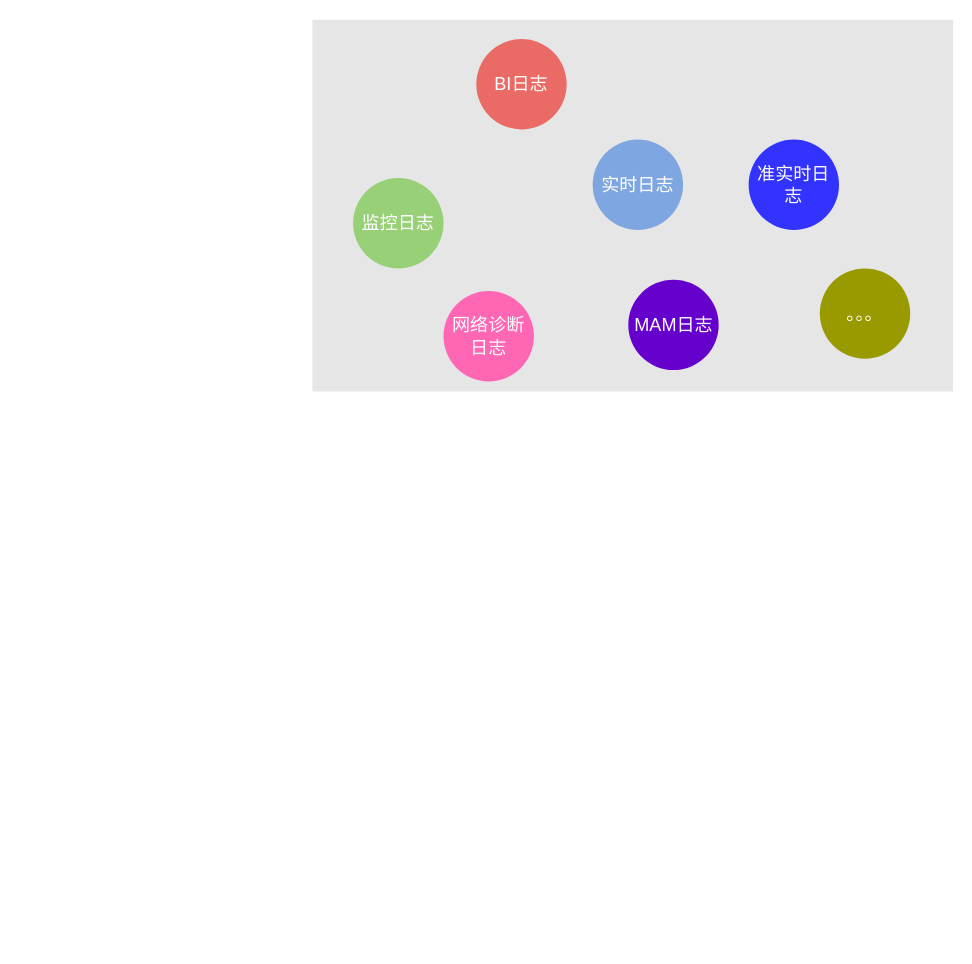
yuyinghao/diagrams keeps this draw.io diagram as netease/CPP/2021 CPP素材.drawio. Above is the earlier version. Source tidied: cells renumbered, new cells numbered last; positions are measured from the earlier drawing's top-left corner, leaving out a move shared by most shapes. Both pictures are drawn from the tidied source at 113%, with x=0, y=0 at pixel (312, 19).
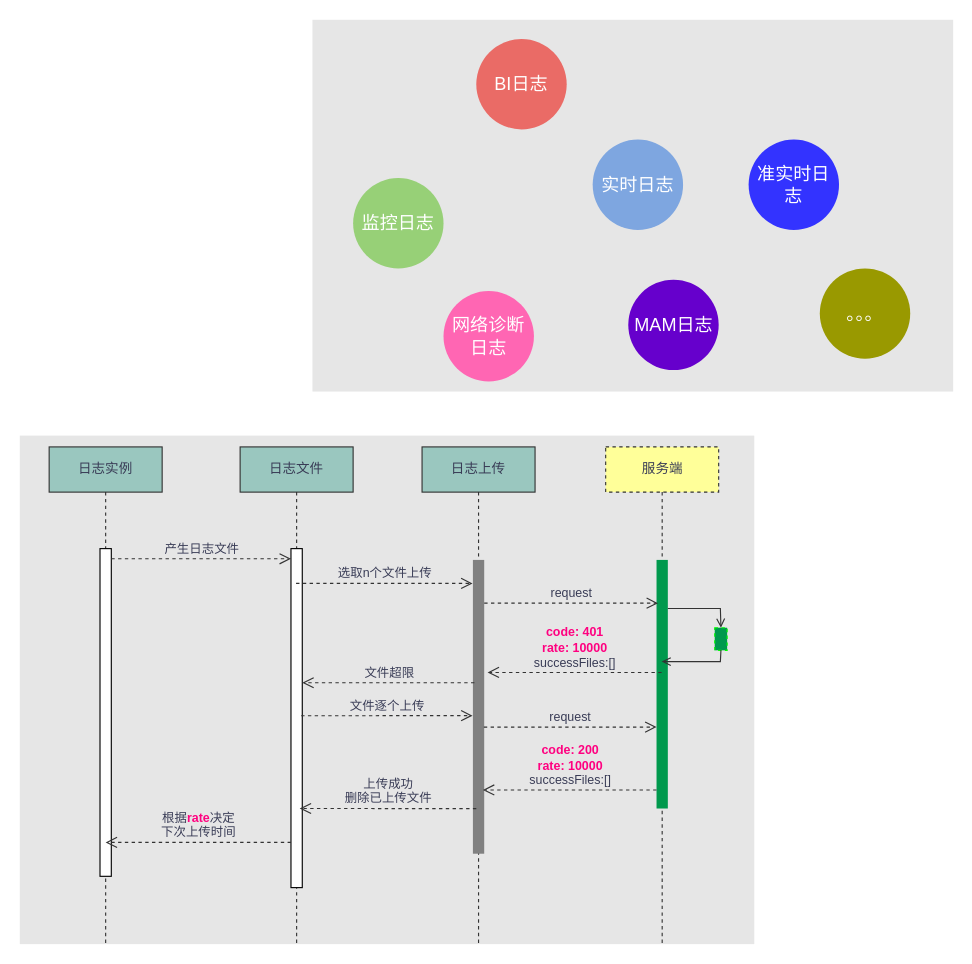
The same diagram, later.

Diff of the diagram source:
```diff
@@
+    <mxCell id="10" style="rounded=0;whiteSpace=wrap;html=1;sketch=0;fontColor=#393C56;fillColor=#E6E6E6;strokeColor=none;" parent="1" vertex="1">
+      <mxGeometry x="-259" y="368" width="650" height="450" as="geometry" />
+    </mxCell>
+    <mxCell id="11" value="日志上传" style="shape=umlLifeline;perimeter=lifelinePerimeter;whiteSpace=wrap;html=1;rounded=0;sketch=0;strokeColor=#333333;fillColor=#9AC7BF;fontColor=#393C56;" parent="1" vertex="1">
+      <mxGeometry x="97" y="378" width="100" height="440" as="geometry" />
+    </mxCell>
+    <mxCell id="12" style="html=1;points=[];perimeter=orthogonalPerimeter;fillColor=#808080;strokeColor=none;" parent="11" vertex="1">
+      <mxGeometry x="45" y="100" width="10" height="260" as="geometry" />
+    </mxCell>
+    <mxCell id="13" value="日志实例" style="shape=umlLifeline;perimeter=lifelinePerimeter;whiteSpace=wrap;html=1;rounded=0;sketch=0;strokeColor=#333333;fillColor=#9AC7BF;fontColor=#393C56;" parent="1" vertex="1">
+      <mxGeometry x="-233" y="378" width="100" height="440" as="geometry" />
+    </mxCell>
+    <mxCell id="14" style="html=1;perimeter=orthogonalPerimeter;" parent="13" vertex="1">
+      <mxGeometry x="45" y="90" width="10" height="290" as="geometry" />
+    </mxCell>
+    <mxCell id="15" value="产生日志文件" style="endArrow=open;startArrow=none;endFill=0;startFill=0;endSize=8;html=1;verticalAlign=bottom;dashed=1;labelBackgroundColor=none;fillColor=#F2CC8F;fontColor=#393C56;strokeColor=#333333;" parent="1" edge="1" target="17">
+      <mxGeometry relative="1" as="geometry">
+        <mxPoint x="-178" y="477" as="sourcePoint" />
+      </mxGeometry>
+    </mxCell>
+    <mxCell id="16" value="日志文件" style="shape=umlLifeline;perimeter=lifelinePerimeter;whiteSpace=wrap;html=1;outlineConnect=0;rounded=0;sketch=0;strokeColor=#333333;fillColor=#9AC7BF;fontColor=#393C56;" parent="1" vertex="1">
+      <mxGeometry x="-64" y="378" width="100" height="440" as="geometry" />
+    </mxCell>
+    <mxCell id="17" style="html=1;points=[];perimeter=orthogonalPerimeter;" parent="16" vertex="1">
+      <mxGeometry x="45" y="90" width="10" height="300" as="geometry" />
+    </mxCell>
+    <mxCell id="18" value="选取n个文件上传" style="endArrow=open;startArrow=none;endFill=0;startFill=0;endSize=8;html=1;verticalAlign=bottom;dashed=1;labelBackgroundColor=none;fillColor=#F2CC8F;fontColor=#393C56;strokeColor=#333333;entryX=-0.033;entryY=0.08;entryDx=0;entryDy=0;entryPerimeter=0;" parent="1" edge="1" source="16" target="12">
+      <mxGeometry relative="1" as="geometry" />
+    </mxCell>
+    <mxCell id="19" value="服务端" style="shape=umlLifeline;perimeter=lifelinePerimeter;whiteSpace=wrap;html=1;outlineConnect=0;rounded=0;sketch=0;strokeColor=#333333;fontColor=#393C56;fillColor=#FFFF99;dashed=1;" parent="1" vertex="1">
+      <mxGeometry x="259.5" y="378" width="100" height="440" as="geometry" />
+    </mxCell>
+    <mxCell id="20" style="html=1;points=[];perimeter=orthogonalPerimeter;strokeColor=none;fillColor=#00994D;" parent="19" vertex="1">
+      <mxGeometry x="45" y="100" width="10" height="220" as="geometry" />
+    </mxCell>
+    <mxCell id="21" value="request" style="endArrow=open;startArrow=none;endFill=0;startFill=0;endSize=8;html=1;verticalAlign=bottom;dashed=1;labelBackgroundColor=none;fillColor=#F2CC8F;fontColor=#393C56;strokeColor=#333333;entryX=0.133;entryY=0.174;entryDx=0;entryDy=0;entryPerimeter=0;" parent="1" edge="1" source="12" target="20">
+      <mxGeometry relative="1" as="geometry" />
+    </mxCell>
+    <mxCell id="22" style="html=1;rounded=0;dashed=1;sketch=0;strokeColor=#00FF00;fillColor=#00994D;fontColor=#393C56;" parent="1" vertex="1">
+      <mxGeometry x="356" y="538" width="11" height="20" as="geometry" />
+    </mxCell>
+    <mxCell id="23" style="endArrow=open;html=1;rounded=0;align=center;verticalAlign=top;endFill=0;labelBackgroundColor=none;endSize=6;strokeColor=#333333;fillColor=#F2CC8F;fontColor=#393C56;entryX=0.5;entryY=0;entryDx=0;entryDy=0;" parent="1" edge="1" source="20" target="22">
+      <mxGeometry relative="1" as="geometry">
+        <Array as="points">
+          <mxPoint x="361" y="521" />
+        </Array>
+      </mxGeometry>
+    </mxCell>
+    <mxCell id="24" style="endArrow=open;html=1;rounded=0;align=center;verticalAlign=top;endFill=0;labelBackgroundColor=none;endSize=6;strokeColor=#333333;fillColor=#F2CC8F;fontColor=#393C56;exitX=0.5;exitY=1;exitDx=0;exitDy=0;" parent="1" edge="1" source="22" target="19">
+      <mxGeometry relative="1" as="geometry">
+        <Array as="points">
+          <mxPoint x="361" y="568" />
+        </Array>
+      </mxGeometry>
+    </mxCell>
+    <mxCell id="25" value="&lt;b&gt;&lt;font color=&quot;#ff0080&quot;&gt;code: 401&lt;br&gt;rate: 10000&lt;/font&gt;&lt;/b&gt;&lt;br&gt;successFiles:[]" style="endArrow=open;startArrow=none;endFill=0;startFill=0;endSize=8;html=1;verticalAlign=bottom;dashed=1;labelBackgroundColor=none;fillColor=#F2CC8F;fontColor=#393C56;strokeColor=#333333;entryX=1.3;entryY=0.383;entryDx=0;entryDy=0;entryPerimeter=0;" parent="1" edge="1" source="19" target="12">
+      <mxGeometry relative="1" as="geometry" />
+    </mxCell>
+    <mxCell id="26" style="endArrow=open;startArrow=none;endFill=0;startFill=0;endSize=8;html=1;verticalAlign=bottom;dashed=1;labelBackgroundColor=none;fillColor=#F2CC8F;fontColor=#393C56;strokeColor=#333333;exitX=0.133;exitY=0.418;exitDx=0;exitDy=0;exitPerimeter=0;" parent="1" edge="1" source="12" target="17">
+      <mxGeometry relative="1" as="geometry" />
+    </mxCell>
+    <mxCell id="27" value="文件超限" style="edgeLabel;html=1;align=center;verticalAlign=middle;fontColor=#393C56;labelBackgroundColor=none;" parent="26" vertex="1">
+      <mxGeometry x="0.12" y="-1" relative="1" as="geometry">
+        <mxPoint x="8.7" y="-7.7" as="offset" />
+      </mxGeometry>
+    </mxCell>
+    <mxCell id="28" value="上传成功&lt;br&gt;删除已上传文件" style="endArrow=open;startArrow=none;endFill=0;startFill=0;endSize=8;html=1;verticalAlign=bottom;dashed=1;labelBackgroundColor=none;fillColor=#F2CC8F;fontColor=#393C56;strokeColor=#333333;exitX=0.133;exitY=0.418;exitDx=0;exitDy=0;exitPerimeter=0;entryX=0.6;entryY=0.494;entryDx=0;entryDy=0;entryPerimeter=0;" parent="1" edge="1">
+      <mxGeometry relative="1" as="geometry">
+        <mxPoint x="145" y="698.1" as="sourcePoint" />
+        <mxPoint x="-11.3" y="698" as="targetPoint" />
+      </mxGeometry>
+    </mxCell>
+    <mxCell id="29" value="文件逐个上传" style="endArrow=open;startArrow=none;endFill=0;startFill=0;endSize=8;html=1;verticalAlign=bottom;dashed=1;labelBackgroundColor=none;fillColor=#F2CC8F;fontColor=#393C56;strokeColor=#333333;exitX=0.9;exitY=0.493;exitDx=0;exitDy=0;exitPerimeter=0;entryX=-0.033;entryY=0.53;entryDx=0;entryDy=0;entryPerimeter=0;" parent="1" edge="1" source="17" target="12">
+      <mxGeometry relative="1" as="geometry" />
+    </mxCell>
+    <mxCell id="30" value="request" style="endArrow=open;startArrow=none;endFill=0;startFill=0;endSize=8;html=1;verticalAlign=bottom;dashed=1;labelBackgroundColor=none;fillColor=#F2CC8F;fontColor=#393C56;strokeColor=#333333;exitX=0.967;exitY=0.569;exitDx=0;exitDy=0;exitPerimeter=0;" parent="1" edge="1" source="12" target="20">
+      <mxGeometry relative="1" as="geometry" />
+    </mxCell>
+    <mxCell id="31" value="&lt;b&gt;&lt;font color=&quot;#ff0080&quot;&gt;code: 200&lt;br&gt;rate: 10000&lt;/font&gt;&lt;/b&gt;&lt;br&gt;successFiles:[]" style="endArrow=open;startArrow=none;endFill=0;startFill=0;endSize=8;html=1;verticalAlign=bottom;dashed=1;labelBackgroundColor=none;fillColor=#F2CC8F;fontColor=#393C56;strokeColor=#333333;entryX=0.883;entryY=0.783;entryDx=0;entryDy=0;entryPerimeter=0;" parent="1" edge="1" source="20" target="12">
+      <mxGeometry relative="1" as="geometry" />
+    </mxCell>
+    <mxCell id="32" value="根据&lt;font color=&quot;#ff0080&quot;&gt;&lt;b&gt;rate&lt;/b&gt;&lt;/font&gt;决定&lt;br&gt;下次上传时间" style="endArrow=open;startArrow=none;endFill=0;startFill=0;endSize=8;html=1;verticalAlign=bottom;dashed=1;labelBackgroundColor=none;fillColor=#F2CC8F;fontColor=#393C56;strokeColor=#333333;" parent="1" edge="1" source="17">
+      <mxGeometry relative="1" as="geometry">
+        <mxPoint x="-183" y="728" as="targetPoint" />
+      </mxGeometry>
+    </mxCell>
```
